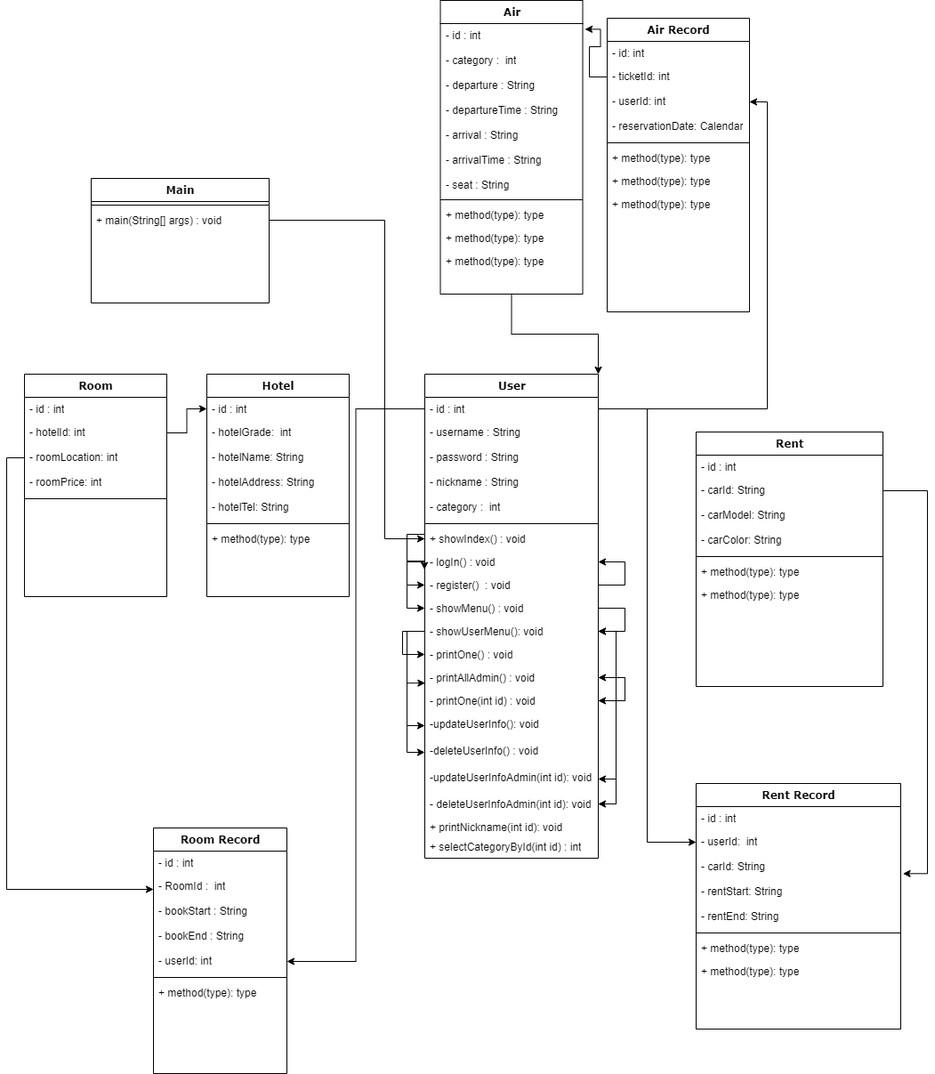
The draw.io diagram TravelProject/제목 없는 다이어그램의 복사본.drawio.png in yunheeversal/Study, before a commit. Source tidied: cells renumbered, new cells last; positions are measured from the earlier drawing's top-left corner, leaving out a move shared by most shapes.
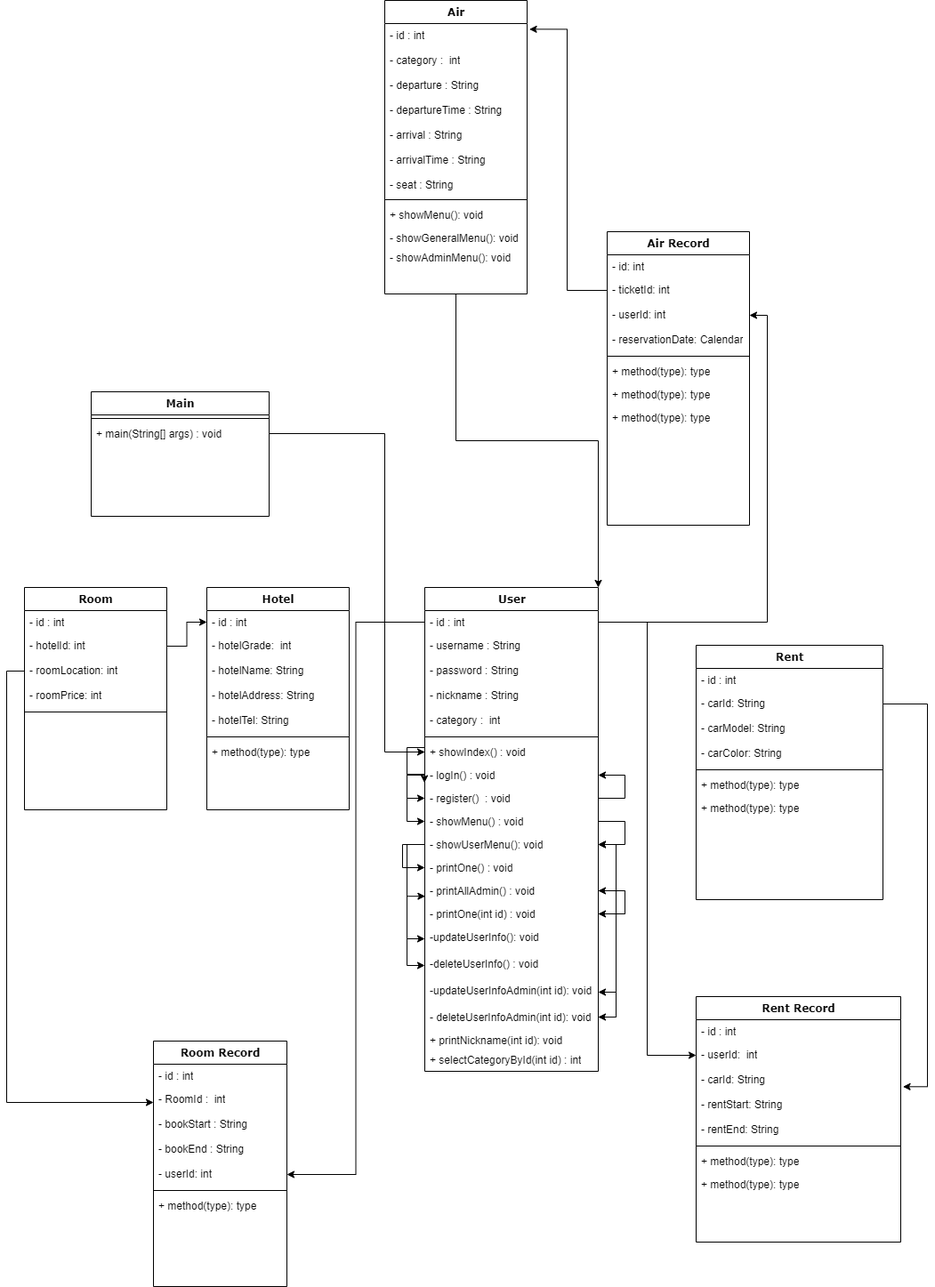
After the commit.

Commit message:
제목 없는 다이어그램의 복사본.drawio.png 업데이트

Diff of the diagram source:
```diff
@@ -286,7 +286,7 @@
       <mxGeometry relative="1" as="geometry" />
     </mxCell>
     <mxCell id="86" value="Air" style="swimlane;html=1;fontStyle=1;align=center;verticalAlign=top;horizontal=1;startSize=26;swimlaneFillColor=#ffffff;rounded=0;shadow=0;comic=0;labelBackgroundColor=none;strokeWidth=1;fillColor=none;fontFamily=Verdana;fontSize=12;" parent="1" vertex="1">
-      <mxGeometry x="467.5" width="160" height="330" as="geometry" />
+      <mxGeometry x="405" y="-240" width="160" height="330" as="geometry" />
     </mxCell>
     <mxCell id="87" value="- id : int" style="text;html=1;strokeColor=none;fillColor=none;align=left;verticalAlign=top;spacingLeft=4;spacingRight=4;whiteSpace=wrap;overflow=hidden;points=[[0,0.5],[1,0.5]];portConstraint=eastwest;" parent="86" vertex="1">
       <mxGeometry y="26" width="160" height="28" as="geometry" />
@@ -312,15 +312,15 @@
     <mxCell id="94" style="line;html=1;strokeWidth=1;fillColor=none;align=left;verticalAlign=middle;spacingTop=-1;spacingLeft=3;spacingRight=3;labelPosition=right;" parent="86" vertex="1">
       <mxGeometry y="220" width="160" height="8" as="geometry" />
     </mxCell>
+    <mxCell id="97" value="+ showMenu(): void" style="text;html=1;strokeColor=none;fillColor=none;align=left;verticalAlign=top;spacingLeft=4;spacingRight=4;whiteSpace=wrap;overflow=hidden;" parent="86" vertex="1">
+      <mxGeometry y="228" width="160" height="26" as="geometry" />
+    </mxCell>
-    <mxCell id="95" value="+ method(type): type" style="text;html=1;strokeColor=none;fillColor=none;align=left;verticalAlign=top;spacingLeft=4;spacingRight=4;whiteSpace=wrap;overflow=hidden;" parent="86" vertex="1">
-      <mxGeometry y="228" width="160" height="26" as="geometry" />
+    <mxCell id="95" value="- showGeneralMenu(): void" style="text;html=1;strokeColor=none;fillColor=none;align=left;verticalAlign=top;spacingLeft=4;spacingRight=4;whiteSpace=wrap;overflow=hidden;" parent="86" vertex="1">
+      <mxGeometry y="254" width="160" height="22" as="geometry" />
     </mxCell>
-    <mxCell id="96" value="+ method(type): type" style="text;html=1;strokeColor=none;fillColor=none;align=left;verticalAlign=top;spacingLeft=4;spacingRight=4;whiteSpace=wrap;overflow=hidden;" parent="86" vertex="1">
-      <mxGeometry y="254" width="160" height="26" as="geometry" />
+    <mxCell id="96" value="- showAdminMenu(): void" style="text;html=1;strokeColor=none;fillColor=none;align=left;verticalAlign=top;spacingLeft=4;spacingRight=4;whiteSpace=wrap;overflow=hidden;" parent="86" vertex="1">
+      <mxGeometry y="276" width="160" height="26" as="geometry" />
     </mxCell>
-    <mxCell id="97" value="+ method(type): type" style="text;html=1;strokeColor=none;fillColor=none;align=left;verticalAlign=top;spacingLeft=4;spacingRight=4;whiteSpace=wrap;overflow=hidden;" parent="86" vertex="1">
-      <mxGeometry y="280" width="160" height="26" as="geometry" />
-    </mxCell>
     <mxCell id="98" value="Main" style="swimlane;html=1;fontStyle=1;align=center;verticalAlign=top;horizontal=1;startSize=26;swimlaneFillColor=#ffffff;rounded=0;shadow=0;comic=0;labelBackgroundColor=none;strokeWidth=1;fillColor=none;fontFamily=Verdana;fontSize=12;" parent="1" vertex="1">
       <mxGeometry x="75" y="200" width="200" height="140" as="geometry" />
     </mxCell>
```
